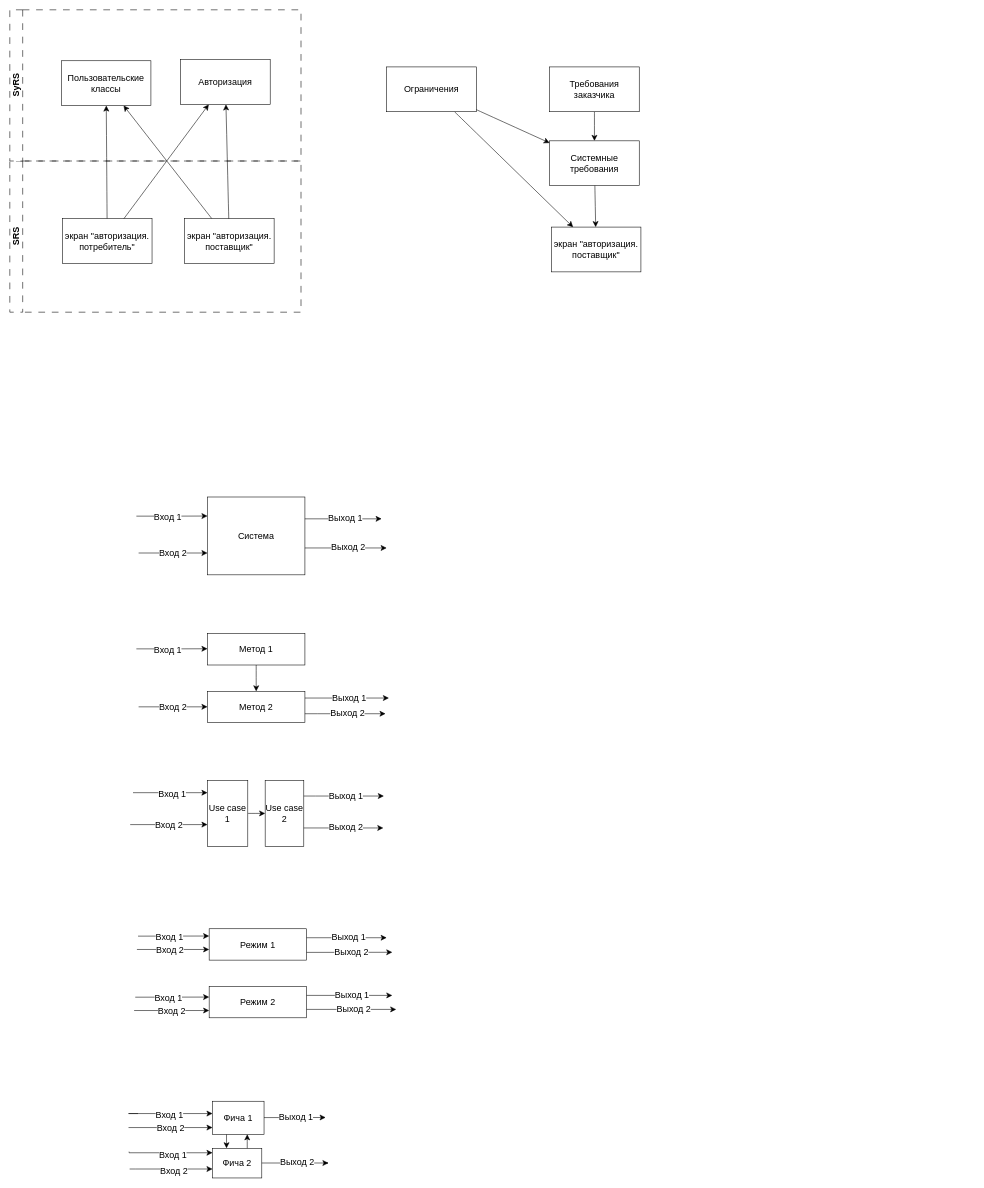
Before: page "SyRS" (4 of 5) of gudeline.drawio in careock/diagrams, a draw.io diagram. Source tidied: cells renumbered, new cells numbered last; positions are measured from the earlier drawing's top-left corner, leaving out a move shared by most shapes. Both pictures are drawn from the tidied source at 56%, with x=0, y=0 at pixel (10, 10).
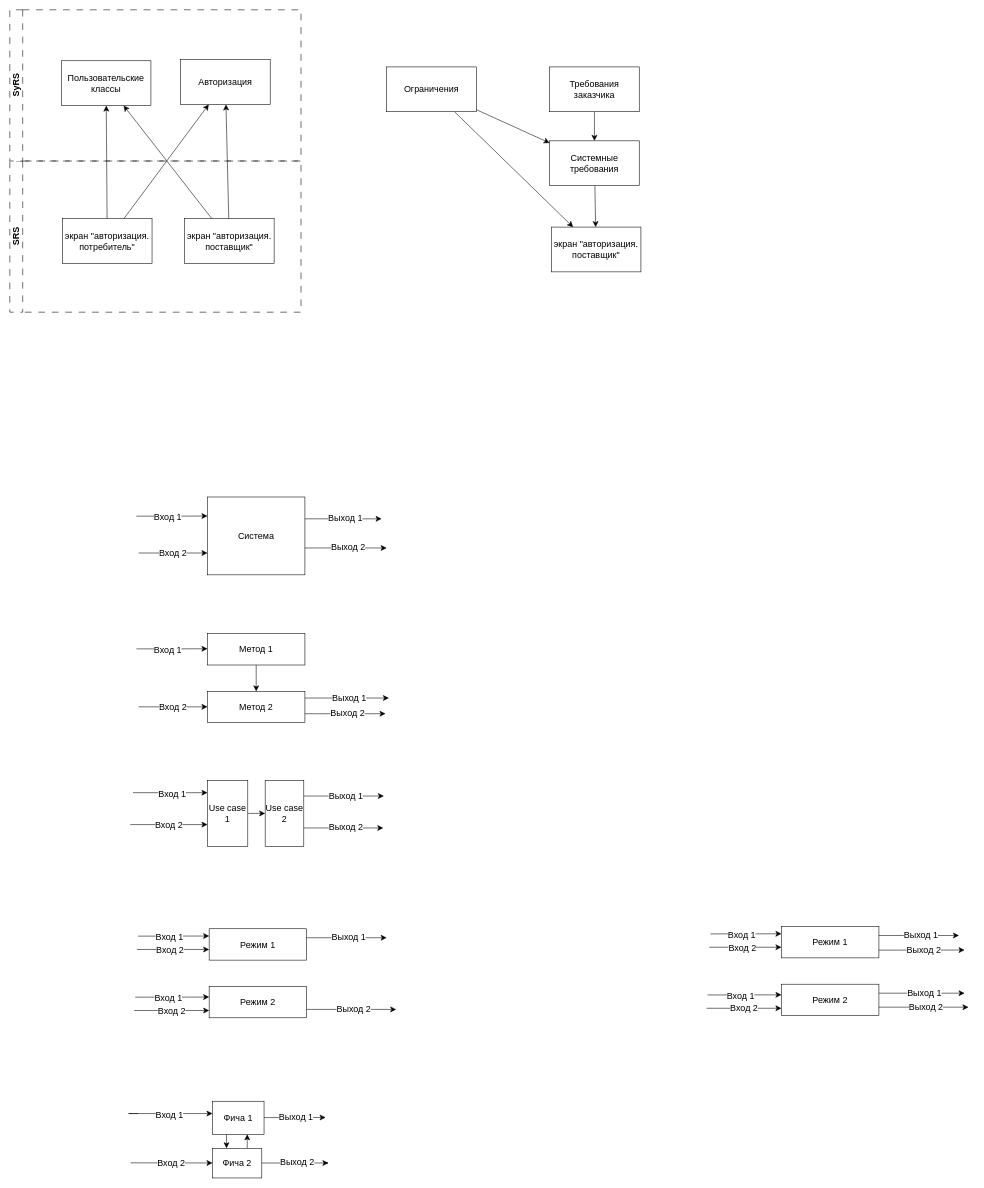
The same page after the edit.

Unchanged cells that the change refers to:
```xml
<mxCell id="62" value="Фича 1" style="rounded=0;whiteSpace=wrap;html=1;fontSize=16;" parent="1" vertex="1">
  <mxGeometry x="362" y="1949" width="92" height="59" as="geometry" />
</mxCell>
<mxCell id="63" value="Фича 2" style="rounded=0;whiteSpace=wrap;html=1;fontSize=16;" parent="1" vertex="1">
  <mxGeometry x="362" y="2033" width="88" height="53" as="geometry" />
</mxCell>
```

Diff of the diagram source:
```diff
@@
-    <mxCell id="57" style="endArrow=classic;html=1;rounded=0;fontSize=12;startSize=8;endSize=8;edgeStyle=elbowEdgeStyle;elbow=vertical;" parent="1" edge="1">
-      <mxGeometry relative="1" as="geometry">
-        <mxPoint x="530" y="1760" as="sourcePoint" />
-        <mxPoint x="683" y="1760.3" as="targetPoint" />
-        <Array as="points">
-          <mxPoint x="665" y="1760" />
-        </Array>
-      </mxGeometry>
-    </mxCell>
-    <mxCell id="58" value="Выход 1" style="edgeLabel;html=1;align=center;verticalAlign=middle;fontSize=16;" parent="57" vertex="1">
-      <mxGeometry x="0.04" y="2" relative="1" as="geometry" />
-    </mxCell>
-    <mxCell id="59" style="endArrow=classic;html=1;rounded=0;fontSize=12;startSize=8;endSize=8;edgeStyle=elbowEdgeStyle;elbow=vertical;" parent="1" edge="1" target="62">
+    <mxCell id="59" style="endArrow=classic;html=1;rounded=0;fontSize=12;startSize=8;endSize=8;edgeStyle=elbowEdgeStyle;elbow=vertical;" parent="1" edge="1" target="63">
       <mxGeometry relative="1" as="geometry">
-        <mxPoint x="212" y="1996" as="sourcePoint" />
+        <mxPoint x="216" y="2059" as="sourcePoint" />
         <Array as="points">
-          <mxPoint x="293" y="1996" />
+          <mxPoint x="276" y="2059.2" />
         </Array>
       </mxGeometry>
     </mxCell>
@@
-    <mxCell id="68" style="endArrow=classic;html=1;rounded=0;fontSize=12;startSize=8;endSize=8;edgeStyle=elbowEdgeStyle;elbow=vertical;" parent="1" edge="1" target="63">
-      <mxGeometry relative="1" as="geometry">
-        <mxPoint x="213" y="2039" as="sourcePoint" />
-        <Array as="points">
-          <mxPoint x="231" y="2041" />
-        </Array>
-      </mxGeometry>
-    </mxCell>
-    <mxCell id="69" value="Вход 1" style="edgeLabel;html=1;align=center;verticalAlign=middle;fontSize=16;" parent="68" vertex="1">
-      <mxGeometry x="0.17" y="-1" relative="1" as="geometry">
-        <mxPoint x="-9" y="1" as="offset" />
-      </mxGeometry>
-    </mxCell>
-    <mxCell id="70" style="endArrow=classic;html=1;rounded=0;fontSize=12;startSize=8;endSize=8;edgeStyle=elbowEdgeStyle;elbow=horizontal;" parent="1" edge="1" target="63">
-      <mxGeometry relative="1" as="geometry">
-        <mxPoint x="214" y="2070" as="sourcePoint" />
-        <Array as="points">
-          <mxPoint x="225" y="2070" />
-        </Array>
-      </mxGeometry>
-    </mxCell>
-    <mxCell id="71" value="Вход 2" style="edgeLabel;html=1;align=center;verticalAlign=middle;fontSize=16;" parent="70" vertex="1">
-      <mxGeometry x="0.17" y="-1" relative="1" as="geometry">
-        <mxPoint x="-9" y="1" as="offset" />
-      </mxGeometry>
-    </mxCell>
@@
-    <mxCell id="81" style="endArrow=classic;html=1;rounded=0;fontSize=12;startSize=8;endSize=8;edgeStyle=elbowEdgeStyle;elbow=vertical;" parent="1" edge="1">
-      <mxGeometry relative="1" as="geometry">
-        <mxPoint x="530" y="1683.2" as="sourcePoint" />
-        <mxPoint x="683" y="1683" as="targetPoint" />
-      </mxGeometry>
-    </mxCell>
-    <mxCell id="82" value="Выход 2" style="edgeLabel;html=1;align=center;verticalAlign=middle;fontSize=16;" parent="81" vertex="1">
-      <mxGeometry x="0.04" y="2" relative="1" as="geometry" />
-    </mxCell>
@@
+    <mxCell id="85" value="Режим 1" style="rounded=0;whiteSpace=wrap;html=1;fontSize=16;" parent="1" vertex="1">
+      <mxGeometry x="1378" y="1637" width="174" height="56" as="geometry" />
+    </mxCell>
+    <mxCell id="86" style="endArrow=classic;html=1;rounded=0;fontSize=12;startSize=8;endSize=8;edgeStyle=elbowEdgeStyle;elbow=vertical;" parent="1" edge="1">
+      <mxGeometry relative="1" as="geometry">
+        <mxPoint x="1251" y="1650.2" as="sourcePoint" />
+        <mxPoint x="1378" y="1650" as="targetPoint" />
+      </mxGeometry>
+    </mxCell>
+    <mxCell id="87" value="Вход 1" style="edgeLabel;html=1;align=center;verticalAlign=middle;fontSize=16;" parent="86" vertex="1">
+      <mxGeometry x="0.17" y="-1" relative="1" as="geometry">
+        <mxPoint x="-18" as="offset" />
+      </mxGeometry>
+    </mxCell>
+    <mxCell id="88" style="endArrow=classic;html=1;rounded=0;fontSize=12;startSize=8;endSize=8;edgeStyle=elbowEdgeStyle;elbow=vertical;" parent="1" edge="1" target="85">
+      <mxGeometry relative="1" as="geometry">
+        <mxPoint x="1249" y="1674" as="sourcePoint" />
+      </mxGeometry>
+    </mxCell>
+    <mxCell id="89" value="Вход 2" style="edgeLabel;html=1;align=center;verticalAlign=middle;fontSize=16;" parent="88" vertex="1">
+      <mxGeometry x="-0.02" y="1" relative="1" as="geometry">
+        <mxPoint x="-5" y="1" as="offset" />
+      </mxGeometry>
+    </mxCell>
+    <mxCell id="90" style="endArrow=classic;html=1;rounded=0;fontSize=12;startSize=8;endSize=8;edgeStyle=elbowEdgeStyle;elbow=vertical;" parent="1" edge="1" source="85">
+      <mxGeometry relative="1" as="geometry">
+        <mxPoint x="1695" y="1653" as="targetPoint" />
+      </mxGeometry>
+    </mxCell>
+    <mxCell id="91" value="Выход 1" style="edgeLabel;html=1;align=center;verticalAlign=middle;fontSize=16;" parent="90" vertex="1">
+      <mxGeometry x="0.04" y="2" relative="1" as="geometry" />
+    </mxCell>
+    <mxCell id="92" value="Режим 2" style="rounded=0;whiteSpace=wrap;html=1;fontSize=16;" parent="1" vertex="1">
+      <mxGeometry x="1378" y="1740" width="174" height="56" as="geometry" />
+    </mxCell>
+    <mxCell id="93" style="endArrow=classic;html=1;rounded=0;fontSize=12;startSize=8;endSize=8;edgeStyle=elbowEdgeStyle;elbow=vertical;" parent="1" edge="1" target="92">
+      <mxGeometry relative="1" as="geometry">
+        <mxPoint x="1246" y="1759.2" as="sourcePoint" />
+      </mxGeometry>
+    </mxCell>
+    <mxCell id="94" value="Вход 1" style="edgeLabel;html=1;align=center;verticalAlign=middle;fontSize=16;" parent="93" vertex="1">
+      <mxGeometry x="0.17" y="-1" relative="1" as="geometry">
+        <mxPoint x="-18" as="offset" />
+      </mxGeometry>
+    </mxCell>
+    <mxCell id="95" style="endArrow=classic;html=1;rounded=0;fontSize=12;startSize=8;endSize=8;edgeStyle=elbowEdgeStyle;elbow=vertical;" parent="1" edge="1" target="92">
+      <mxGeometry relative="1" as="geometry">
+        <mxPoint x="1244" y="1783" as="sourcePoint" />
+      </mxGeometry>
+    </mxCell>
+    <mxCell id="96" value="Вход 2" style="edgeLabel;html=1;align=center;verticalAlign=middle;fontSize=16;" parent="95" vertex="1">
+      <mxGeometry x="-0.02" y="1" relative="1" as="geometry" />
+    </mxCell>
+    <mxCell id="97" style="endArrow=classic;html=1;rounded=0;fontSize=12;startSize=8;endSize=8;edgeStyle=elbowEdgeStyle;elbow=vertical;" parent="1" edge="1">
+      <mxGeometry relative="1" as="geometry">
+        <mxPoint x="1552" y="1756" as="sourcePoint" />
+        <mxPoint x="1705" y="1756.3" as="targetPoint" />
+        <Array as="points">
+          <mxPoint x="1687" y="1756" />
+        </Array>
+      </mxGeometry>
+    </mxCell>
+    <mxCell id="98" value="Выход 1" style="edgeLabel;html=1;align=center;verticalAlign=middle;fontSize=16;" parent="97" vertex="1">
+      <mxGeometry x="0.04" y="2" relative="1" as="geometry" />
+    </mxCell>
+    <mxCell id="99" style="endArrow=classic;html=1;rounded=0;fontSize=12;startSize=8;endSize=8;edgeStyle=elbowEdgeStyle;elbow=vertical;" parent="1" edge="1">
+      <mxGeometry relative="1" as="geometry">
+        <mxPoint x="1552" y="1679.2" as="sourcePoint" />
+        <mxPoint x="1705" y="1679" as="targetPoint" />
+      </mxGeometry>
+    </mxCell>
+    <mxCell id="100" value="Выход 2" style="edgeLabel;html=1;align=center;verticalAlign=middle;fontSize=16;" parent="99" vertex="1">
+      <mxGeometry x="0.04" y="2" relative="1" as="geometry" />
+    </mxCell>
+    <mxCell id="101" style="endArrow=classic;html=1;rounded=0;fontSize=12;startSize=8;endSize=8;edgeStyle=elbowEdgeStyle;elbow=vertical;" parent="1" edge="1">
+      <mxGeometry relative="1" as="geometry">
+        <mxPoint x="1552" y="1781" as="sourcePoint" />
+        <mxPoint x="1712" y="1780.8" as="targetPoint" />
+      </mxGeometry>
+    </mxCell>
+    <mxCell id="102" value="Выход 2" style="edgeLabel;html=1;align=center;verticalAlign=middle;fontSize=16;" parent="101" vertex="1">
+      <mxGeometry x="0.04" y="2" relative="1" as="geometry" />
+    </mxCell>
```
